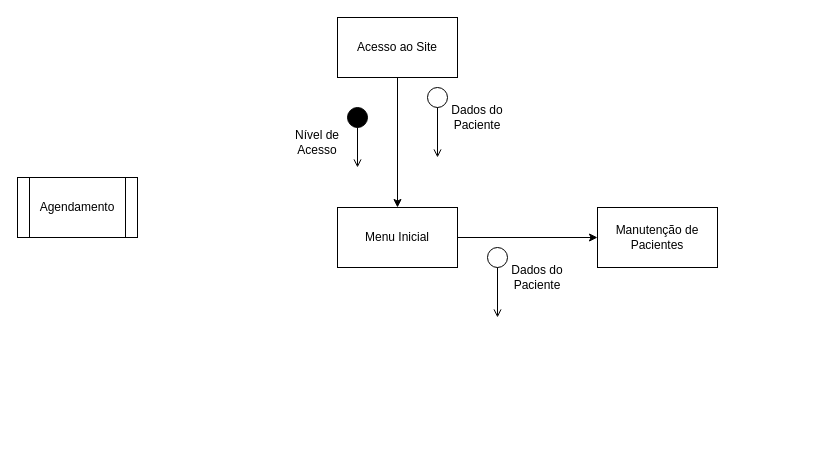
Before: Diagrama de Projeto de Software.drawio in Lucas544kk/Trabalhos, a draw.io diagram. Source tidied: cells renumbered, new cells numbered last; positions are measured from the earlier drawing's top-left corner, leaving out a move shared by most shapes. Both pictures are drawn from the tidied source at 100%, with x=0, y=0 at pixel (17, 17).
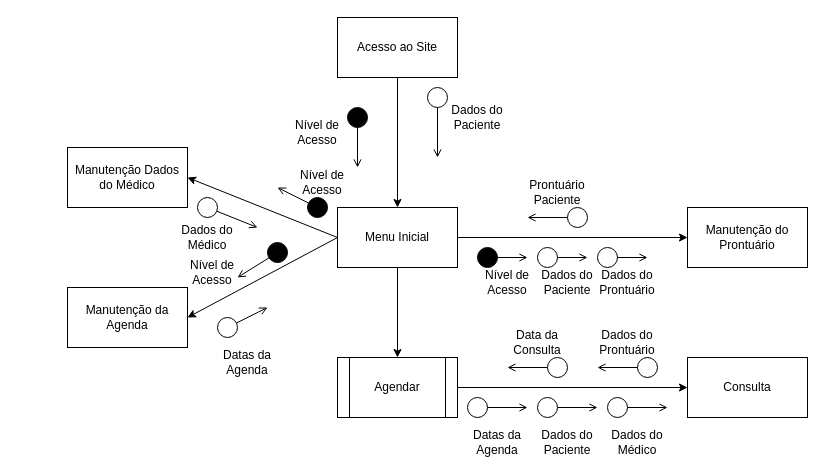
After the change.

The change refers to these unchanged cells:
```xml
<mxCell id="11" value="Menu Inicial" style="rounded=0;whiteSpace=wrap;html=1;" parent="1" vertex="1">
  <mxGeometry x="320" y="190" width="120" height="60" as="geometry" />
</mxCell>
```

Change to the diagram source:
```diff
@@
-    <mxCell id="6" value="Agendamento" style="shape=process;whiteSpace=wrap;html=1;backgroundOutline=1;" parent="1" vertex="1">
-      <mxGeometry y="160" width="120" height="60" as="geometry" />
+    <mxCell id="6" value="Agendar" style="shape=process;whiteSpace=wrap;html=1;backgroundOutline=1;" parent="1" vertex="1">
+      <mxGeometry x="320" y="340" width="120" height="60" as="geometry" />
     </mxCell>
@@
     <mxCell id="9" value="Nível de Acesso" style="text;html=1;strokeColor=none;fillColor=none;align=center;verticalAlign=middle;whiteSpace=wrap;rounded=0;" parent="1" vertex="1">
-      <mxGeometry x="270" y="110" width="60" height="30" as="geometry" />
+      <mxGeometry x="270" y="100" width="60" height="30" as="geometry" />
     </mxCell>
@@
-    <mxCell id="12" value="Manutenção de Pacientes" style="rounded=0;whiteSpace=wrap;html=1;" parent="1" vertex="1">
-      <mxGeometry x="580" y="190" width="120" height="60" as="geometry" />
+    <mxCell id="12" value="Manutenção do Prontuário" style="rounded=0;whiteSpace=wrap;html=1;" parent="1" vertex="1">
+      <mxGeometry x="670" y="190" width="120" height="60" as="geometry" />
     </mxCell>
@@
     <mxCell id="14" style="ellipse;html=1;fontStyle=0;fillColor=#ffffff;" parent="1" vertex="1">
-      <mxGeometry x="470" y="230" width="20" height="20" as="geometry" />
+      <mxGeometry x="550" y="190" width="20" height="20" as="geometry" />
     </mxCell>
     <mxCell id="15" style="endArrow=open;html=1;rounded=0;align=center;verticalAlign=top;endFill=0;labelBackgroundColor=none;endSize=6;" parent="1" edge="1" source="14">
       <mxGeometry relative="1" as="geometry">
-        <mxPoint x="480" y="300" as="targetPoint" />
+        <mxPoint x="510" y="200" as="targetPoint" />
+        <Array as="points">
+          <mxPoint x="510" y="200" />
+        </Array>
       </mxGeometry>
     </mxCell>
-    <mxCell id="16" value="Dados do Paciente" style="text;html=1;strokeColor=none;fillColor=none;align=center;verticalAlign=middle;whiteSpace=wrap;rounded=0;" parent="1" vertex="1">
-      <mxGeometry x="490" y="245" width="60" height="30" as="geometry" />
+    <mxCell id="16" value="Prontuário Paciente" style="text;html=1;strokeColor=none;fillColor=none;align=center;verticalAlign=middle;whiteSpace=wrap;rounded=0;" parent="1" vertex="1">
+      <mxGeometry x="510" y="160" width="60" height="30" as="geometry" />
     </mxCell>
+    <mxCell id="17" style="ellipse;html=1;fontStyle=0;fillColor=#000000;" parent="1" vertex="1">
+      <mxGeometry x="460" y="230" width="20" height="20" as="geometry" />
+    </mxCell>
+    <mxCell id="18" style="endArrow=open;html=1;rounded=0;align=center;verticalAlign=top;endFill=0;labelBackgroundColor=none;endSize=6;" parent="1" edge="1" source="17">
+      <mxGeometry relative="1" as="geometry">
+        <mxPoint x="510" y="240" as="targetPoint" />
+      </mxGeometry>
+    </mxCell>
+    <mxCell id="19" value="Nível de Acesso" style="text;html=1;strokeColor=none;fillColor=none;align=center;verticalAlign=middle;whiteSpace=wrap;rounded=0;" parent="1" vertex="1">
+      <mxGeometry x="460" y="250" width="60" height="30" as="geometry" />
+    </mxCell>
+    <mxCell id="20" value="Manutenção da Agenda" style="rounded=0;whiteSpace=wrap;html=1;" parent="1" vertex="1">
+      <mxGeometry x="50" y="270" width="120" height="60" as="geometry" />
+    </mxCell>
+    <mxCell id="21" style="endArrow=classic;html=1;rounded=0;exitX=0;exitY=0.5;exitDx=0;exitDy=0;entryX=1;entryY=0.5;entryDx=0;entryDy=0;" parent="1" edge="1" source="11" target="20">
+      <mxGeometry relative="1" as="geometry" />
+    </mxCell>
+    <mxCell id="22" style="ellipse;html=1;fontStyle=0;fillColor=#000000;" parent="1" vertex="1">
+      <mxGeometry x="250" y="225" width="20" height="20" as="geometry" />
+    </mxCell>
+    <mxCell id="23" style="endArrow=open;html=1;rounded=0;align=center;verticalAlign=top;endFill=0;labelBackgroundColor=none;endSize=6;" parent="1" edge="1" source="22">
+      <mxGeometry relative="1" as="geometry">
+        <mxPoint x="220" y="260" as="targetPoint" />
+      </mxGeometry>
+    </mxCell>
+    <mxCell id="24" value="Nível de Acesso" style="text;html=1;strokeColor=none;fillColor=none;align=center;verticalAlign=middle;whiteSpace=wrap;rounded=0;" parent="1" vertex="1">
+      <mxGeometry x="170" y="240" width="50" height="30" as="geometry" />
+    </mxCell>
+    <mxCell id="25" style="ellipse;html=1;fontStyle=0;fillColor=#ffffff;" parent="1" vertex="1">
+      <mxGeometry x="200" y="300" width="20" height="20" as="geometry" />
+    </mxCell>
+    <mxCell id="26" style="endArrow=open;html=1;rounded=0;align=center;verticalAlign=top;endFill=0;labelBackgroundColor=none;endSize=6;" parent="1" edge="1" source="25">
+      <mxGeometry relative="1" as="geometry">
+        <mxPoint x="250" y="290" as="targetPoint" />
+      </mxGeometry>
+    </mxCell>
+    <mxCell id="27" value="Datas da Agenda" style="text;html=1;strokeColor=none;fillColor=none;align=center;verticalAlign=middle;whiteSpace=wrap;rounded=0;" parent="1" vertex="1">
+      <mxGeometry x="200" y="330" width="60" height="30" as="geometry" />
+    </mxCell>
+    <mxCell id="28" style="endArrow=classic;html=1;rounded=0;exitX=0.5;exitY=1;exitDx=0;exitDy=0;entryX=0.5;entryY=0;entryDx=0;entryDy=0;" parent="1" edge="1" source="11" target="6">
+      <mxGeometry relative="1" as="geometry" />
+    </mxCell>
+    <mxCell id="29" style="endArrow=classic;html=1;rounded=0;exitX=1;exitY=0.5;exitDx=0;exitDy=0;entryX=0;entryY=0.5;entryDx=0;entryDy=0;" parent="1" edge="1" source="6" target="36">
+      <mxGeometry relative="1" as="geometry" />
+    </mxCell>
+    <mxCell id="30" style="ellipse;html=1;fontStyle=0;fillColor=#ffffff;" parent="1" vertex="1">
+      <mxGeometry x="450" y="380" width="20" height="20" as="geometry" />
+    </mxCell>
+    <mxCell id="31" style="endArrow=open;html=1;rounded=0;align=center;verticalAlign=top;endFill=0;labelBackgroundColor=none;endSize=6;" parent="1" edge="1" source="30">
+      <mxGeometry relative="1" as="geometry">
+        <mxPoint x="510" y="390" as="targetPoint" />
+      </mxGeometry>
+    </mxCell>
+    <mxCell id="32" value="Datas da Agenda" style="text;html=1;strokeColor=none;fillColor=none;align=center;verticalAlign=middle;whiteSpace=wrap;rounded=0;" parent="1" vertex="1">
+      <mxGeometry x="450" y="410" width="60" height="30" as="geometry" />
+    </mxCell>
+    <mxCell id="33" style="ellipse;html=1;fontStyle=0;fillColor=#ffffff;" parent="1" vertex="1">
+      <mxGeometry x="520" y="380" width="20" height="20" as="geometry" />
+    </mxCell>
+    <mxCell id="34" style="endArrow=open;html=1;rounded=0;align=center;verticalAlign=top;endFill=0;labelBackgroundColor=none;endSize=6;" parent="1" edge="1" source="33">
+      <mxGeometry relative="1" as="geometry">
+        <mxPoint x="580" y="390" as="targetPoint" />
+      </mxGeometry>
+    </mxCell>
+    <mxCell id="35" value="Dados do Paciente" style="text;html=1;strokeColor=none;fillColor=none;align=center;verticalAlign=middle;whiteSpace=wrap;rounded=0;" parent="1" vertex="1">
+      <mxGeometry x="520" y="410" width="60" height="30" as="geometry" />
+    </mxCell>
+    <mxCell id="36" value="Consulta" style="rounded=0;whiteSpace=wrap;html=1;" parent="1" vertex="1">
+      <mxGeometry x="670" y="340" width="120" height="60" as="geometry" />
+    </mxCell>
+    <mxCell id="37" style="ellipse;html=1;fontStyle=0;fillColor=#ffffff;" parent="1" vertex="1">
+      <mxGeometry x="530" y="340" width="20" height="20" as="geometry" />
+    </mxCell>
+    <mxCell id="38" style="endArrow=open;html=1;rounded=0;align=center;verticalAlign=top;endFill=0;labelBackgroundColor=none;endSize=6;" parent="1" edge="1" source="37">
+      <mxGeometry relative="1" as="geometry">
+        <mxPoint x="490" y="350" as="targetPoint" />
+      </mxGeometry>
+    </mxCell>
+    <mxCell id="39" value="Data da Consulta" style="text;html=1;strokeColor=none;fillColor=none;align=center;verticalAlign=middle;whiteSpace=wrap;rounded=0;" parent="1" vertex="1">
+      <mxGeometry x="490" y="310" width="60" height="30" as="geometry" />
+    </mxCell>
+    <mxCell id="40" style="ellipse;html=1;fontStyle=0;fillColor=#ffffff;" parent="1" vertex="1">
+      <mxGeometry x="520" y="230" width="20" height="20" as="geometry" />
+    </mxCell>
+    <mxCell id="41" style="endArrow=open;html=1;rounded=0;align=center;verticalAlign=top;endFill=0;labelBackgroundColor=none;endSize=6;" parent="1" edge="1" source="40">
+      <mxGeometry relative="1" as="geometry">
+        <mxPoint x="570" y="240" as="targetPoint" />
+      </mxGeometry>
+    </mxCell>
+    <mxCell id="42" value="Dados do Paciente" style="text;html=1;strokeColor=none;fillColor=none;align=center;verticalAlign=middle;whiteSpace=wrap;rounded=0;" parent="1" vertex="1">
+      <mxGeometry x="520" y="250" width="60" height="30" as="geometry" />
+    </mxCell>
+    <mxCell id="43" style="endArrow=classic;html=1;rounded=0;exitX=0;exitY=0.5;exitDx=0;exitDy=0;entryX=1;entryY=0.5;entryDx=0;entryDy=0;" parent="1" edge="1" source="11" target="44">
+      <mxGeometry relative="1" as="geometry" />
+    </mxCell>
+    <mxCell id="44" value="Manutenção Dados do Médico" style="rounded=0;whiteSpace=wrap;html=1;" parent="1" vertex="1">
+      <mxGeometry x="50" y="130" width="120" height="60" as="geometry" />
+    </mxCell>
+    <mxCell id="45" style="ellipse;html=1;fontStyle=0;fillColor=#000000;" parent="1" vertex="1">
+      <mxGeometry x="290" y="180" width="20" height="20" as="geometry" />
+    </mxCell>
+    <mxCell id="46" style="endArrow=open;html=1;rounded=0;align=center;verticalAlign=top;endFill=0;labelBackgroundColor=none;endSize=6;" parent="1" edge="1" source="45">
+      <mxGeometry relative="1" as="geometry">
+        <mxPoint x="260" y="170" as="targetPoint" />
+      </mxGeometry>
+    </mxCell>
+    <mxCell id="47" value="Nível de Acesso" style="text;html=1;strokeColor=none;fillColor=none;align=center;verticalAlign=middle;whiteSpace=wrap;rounded=0;" parent="1" vertex="1">
+      <mxGeometry x="280" y="150" width="50" height="30" as="geometry" />
+    </mxCell>
+    <mxCell id="48" style="ellipse;html=1;fontStyle=0;fillColor=#ffffff;" parent="1" vertex="1">
+      <mxGeometry x="180" y="180" width="20" height="20" as="geometry" />
+    </mxCell>
+    <mxCell id="49" style="endArrow=open;html=1;rounded=0;align=center;verticalAlign=top;endFill=0;labelBackgroundColor=none;endSize=6;" parent="1" edge="1" source="48">
+      <mxGeometry relative="1" as="geometry">
+        <mxPoint x="240" y="210" as="targetPoint" />
+      </mxGeometry>
+    </mxCell>
+    <mxCell id="50" value="Dados do Médico" style="text;html=1;strokeColor=none;fillColor=none;align=center;verticalAlign=middle;whiteSpace=wrap;rounded=0;" parent="1" vertex="1">
+      <mxGeometry x="160" y="205" width="60" height="30" as="geometry" />
+    </mxCell>
+    <mxCell id="51" style="ellipse;html=1;fontStyle=0;fillColor=#ffffff;" parent="1" vertex="1">
+      <mxGeometry x="590" y="380" width="20" height="20" as="geometry" />
+    </mxCell>
+    <mxCell id="52" style="endArrow=open;html=1;rounded=0;align=center;verticalAlign=top;endFill=0;labelBackgroundColor=none;endSize=6;" parent="1" edge="1" source="51">
+      <mxGeometry relative="1" as="geometry">
+        <mxPoint x="650" y="390" as="targetPoint" />
+      </mxGeometry>
+    </mxCell>
+    <mxCell id="53" value="Dados do Médico" style="text;html=1;strokeColor=none;fillColor=none;align=center;verticalAlign=middle;whiteSpace=wrap;rounded=0;" parent="1" vertex="1">
+      <mxGeometry x="590" y="410" width="60" height="30" as="geometry" />
+    </mxCell>
+    <mxCell id="54" style="ellipse;html=1;fontStyle=0;fillColor=#ffffff;" parent="1" vertex="1">
+      <mxGeometry x="620" y="340" width="20" height="20" as="geometry" />
+    </mxCell>
+    <mxCell id="55" style="endArrow=open;html=1;rounded=0;align=center;verticalAlign=top;endFill=0;labelBackgroundColor=none;endSize=6;" parent="1" edge="1" source="54">
+      <mxGeometry relative="1" as="geometry">
+        <mxPoint x="580" y="350" as="targetPoint" />
+      </mxGeometry>
+    </mxCell>
+    <mxCell id="56" value="Dados do Prontuário" style="text;html=1;strokeColor=none;fillColor=none;align=center;verticalAlign=middle;whiteSpace=wrap;rounded=0;" parent="1" vertex="1">
+      <mxGeometry x="580" y="310" width="60" height="30" as="geometry" />
+    </mxCell>
+    <mxCell id="57" style="ellipse;html=1;fontStyle=0;fillColor=#ffffff;" parent="1" vertex="1">
+      <mxGeometry x="580" y="230" width="20" height="20" as="geometry" />
+    </mxCell>
+    <mxCell id="58" style="endArrow=open;html=1;rounded=0;align=center;verticalAlign=top;endFill=0;labelBackgroundColor=none;endSize=6;" parent="1" edge="1" source="57">
+      <mxGeometry relative="1" as="geometry">
+        <mxPoint x="630" y="240" as="targetPoint" />
+      </mxGeometry>
+    </mxCell>
+    <mxCell id="59" value="Dados do Prontuário" style="text;html=1;strokeColor=none;fillColor=none;align=center;verticalAlign=middle;whiteSpace=wrap;rounded=0;" parent="1" vertex="1">
+      <mxGeometry x="580" y="250" width="60" height="30" as="geometry" />
+    </mxCell>
```
